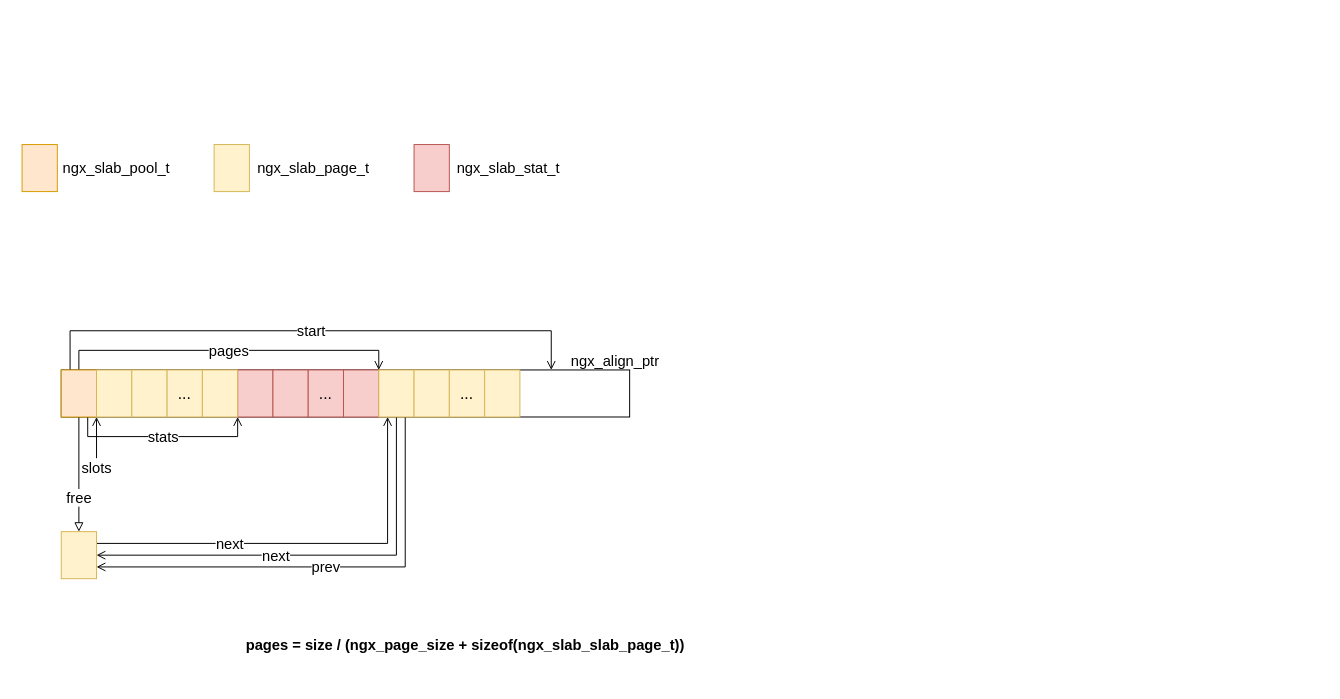
Above: page "第 2 页" (2 of 4) of nginx/ngx_slab.drawio in dovics/draw.io (draw.io), before the change. Source tidied: cells renumbered, new cells numbered last; positions are measured from the earlier drawing's top-left corner, leaving out a move shared by most shapes. Both pictures are drawn from the tidied source at 98%, with x=0, y=0 at pixel (22, 144).
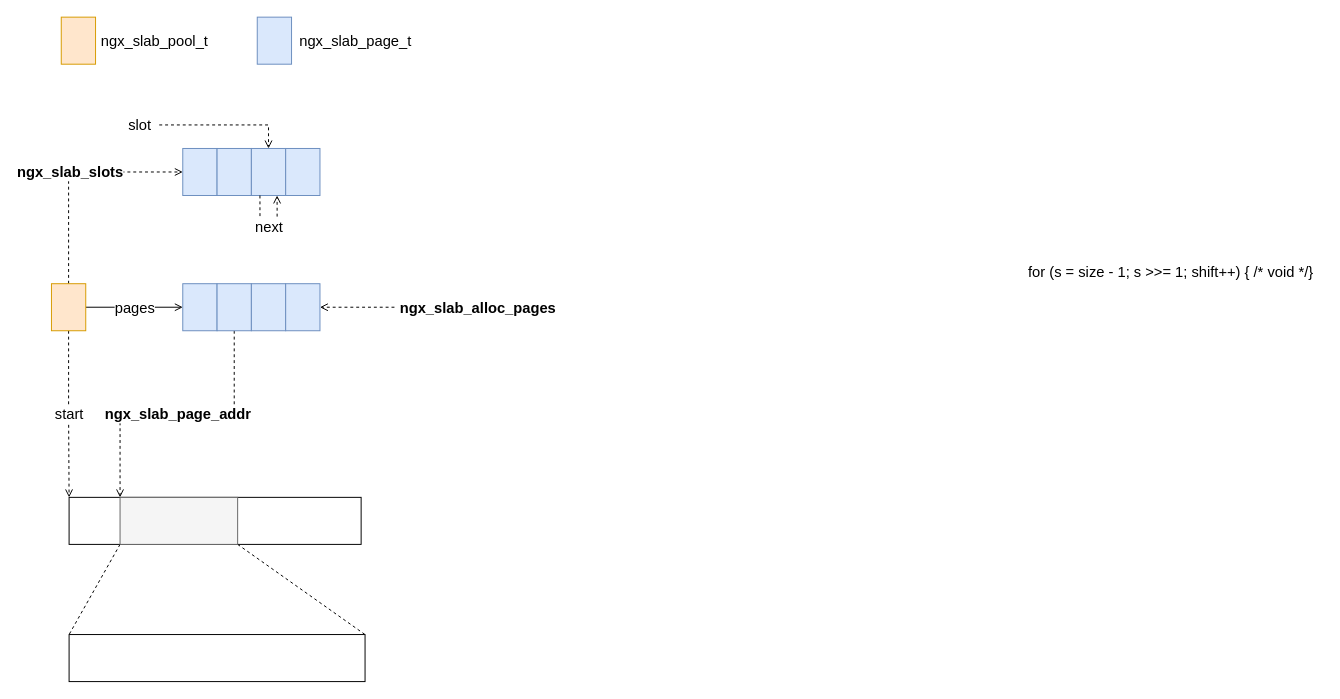
The same page after the edit.

Commit message (it also covers changes not shown here):
ngx_slab

The edit, as a diff of the source:
```diff
@@
-    <mxCell id="2" style="rounded=0;whiteSpace=wrap;html=1;strokeWidth=1;fontSize=16;" parent="1" vertex="1">
-      <mxGeometry x="40" y="230" width="580" height="48" as="geometry" />
-    </mxCell>
-    <mxCell id="3" style="rounded=0;whiteSpace=wrap;html=1;strokeWidth=1;fontSize=16;fillColor=#ffe6cc;strokeColor=#d79b00;" parent="1" vertex="1">
-      <mxGeometry width="36" height="48" as="geometry" />
-    </mxCell>
+    <mxCell id="34" style="rounded=0;whiteSpace=wrap;html=1;strokeWidth=1;fontSize=16;fillColor=#ffe6cc;strokeColor=#d79b00;" parent="1" vertex="1">
+      <mxGeometry x="40" y="-130" width="35" height="48" as="geometry" />
+    </mxCell>
     <mxCell id="4" value="ngx_slab_pool_t" style="text;html=1;align=center;verticalAlign=middle;strokeColor=none;fillColor=none;fontSize=15;" parent="1" vertex="1">
-      <mxGeometry x="36" y="14" width="120" height="20" as="geometry" />
+      <mxGeometry x="75" y="-116" width="120" height="20" as="geometry" />
     </mxCell>
-    <mxCell id="5" value="stats" style="edgeStyle=orthogonalEdgeStyle;rounded=0;jettySize=auto;html=1;exitX=0.75;exitY=1;exitDx=0;exitDy=0;entryX=0;entryY=1;entryDx=0;entryDy=0;fontSize=15;endArrow=open;endFill=0;endSize=7;" parent="1" edge="1" source="9" target="19">
-      <mxGeometry relative="1" as="geometry" />
-    </mxCell>
+    <mxCell id="35" style="rounded=0;whiteSpace=wrap;html=1;strokeWidth=1;fontSize=16;fillColor=#dae8fc;strokeColor=#6c8ebf;" parent="1" vertex="1">
+      <mxGeometry x="240" y="-130" width="35" height="48" as="geometry" />
+    </mxCell>
+    <mxCell id="11" value="ngx_slab_page_t" style="text;html=1;align=center;verticalAlign=middle;strokeColor=none;fillColor=none;fontSize=15;" parent="1" vertex="1">
+      <mxGeometry x="275" y="-116" width="130" height="20" as="geometry" />
+    </mxCell>
+    <mxCell id="36" style="rounded=0;whiteSpace=wrap;html=1;strokeWidth=1;fontSize=16;fillColor=#dae8fc;strokeColor=#6c8ebf;" parent="1" vertex="1">
+      <mxGeometry x="164" y="4" width="35" height="48" as="geometry" />
+    </mxCell>
+    <mxCell id="37" style="rounded=0;whiteSpace=wrap;html=1;strokeWidth=1;fontSize=16;fillColor=#dae8fc;strokeColor=#6c8ebf;" parent="1" vertex="1">
+      <mxGeometry x="199" y="4" width="35" height="48" as="geometry" />
+    </mxCell>
+    <mxCell id="38" style="rounded=0;whiteSpace=wrap;html=1;strokeWidth=1;fontSize=16;fillColor=#dae8fc;strokeColor=#6c8ebf;" parent="1" vertex="1">
+      <mxGeometry x="234" y="4" width="35" height="48" as="geometry" />
+    </mxCell>
+    <mxCell id="39" style="rounded=0;whiteSpace=wrap;html=1;strokeWidth=1;fontSize=16;fillColor=#dae8fc;strokeColor=#6c8ebf;" parent="1" vertex="1">
+      <mxGeometry x="269" y="4" width="35" height="48" as="geometry" />
+    </mxCell>
+    <mxCell id="40" value="ngx_slab_slots" style="edgeStyle=orthogonalEdgeStyle;rounded=0;jettySize=auto;html=1;exitX=0.5;exitY=0;exitDx=0;exitDy=0;entryX=0;entryY=0.5;entryDx=0;entryDy=0;dashed=1;fontSize=15;startArrow=none;startFill=0;endArrow=open;endFill=0;fontStyle=1;" parent="1" edge="1" source="41" target="36">
+      <mxGeometry relative="1" as="geometry" />
+    </mxCell>
-    <mxCell id="6" value="pages" style="edgeStyle=orthogonalEdgeStyle;rounded=0;jettySize=auto;html=1;exitX=0.5;exitY=0;exitDx=0;exitDy=0;entryX=1;entryY=0;entryDx=0;entryDy=0;fontSize=15;endArrow=open;endFill=0;endSize=7;" parent="1" edge="1" source="9" target="23">
+    <mxCell id="6" value="pages" style="edgeStyle=orthogonalEdgeStyle;rounded=0;jettySize=auto;html=1;exitX=1;exitY=0.5;exitDx=0;exitDy=0;entryX=0;entryY=0.5;entryDx=0;entryDy=0;fontSize=15;endArrow=open;endFill=0;" parent="1" edge="1" source="41" target="46">
       <mxGeometry relative="1" as="geometry" />
     </mxCell>
-    <mxCell id="7" value="free" style="edgeStyle=orthogonalEdgeStyle;rounded=0;jettySize=auto;html=1;exitX=0.5;exitY=1;exitDx=0;exitDy=0;entryX=0.5;entryY=0;entryDx=0;entryDy=0;fontSize=15;endArrow=block;endFill=0;endSize=7;" parent="1" edge="1" source="9" target="32">
-      <mxGeometry x="0.4" relative="1" as="geometry" />
-    </mxCell>
-    <mxCell id="8" value="start" style="edgeStyle=orthogonalEdgeStyle;rounded=0;jettySize=auto;html=1;exitX=0.25;exitY=0;exitDx=0;exitDy=0;fontSize=15;endArrow=open;endFill=0;endSize=7;" parent="1" edge="1" source="9">
-      <mxGeometry relative="1" as="geometry">
-        <mxPoint x="540" y="230" as="targetPoint" />
-        <Array as="points">
-          <mxPoint x="49" y="190" />
-          <mxPoint x="540" y="190" />
-        </Array>
-      </mxGeometry>
+    <mxCell id="8" value="start" style="edgeStyle=orthogonalEdgeStyle;rounded=0;jettySize=auto;html=1;exitX=0.5;exitY=1;exitDx=0;exitDy=0;entryX=0;entryY=0;entryDx=0;entryDy=0;dashed=1;fontSize=15;endArrow=open;endFill=0;" parent="1" edge="1" source="41" target="54">
+      <mxGeometry relative="1" as="geometry" />
     </mxCell>
-    <mxCell id="9" style="rounded=0;whiteSpace=wrap;html=1;strokeWidth=1;fontSize=16;fillColor=#ffe6cc;strokeColor=#d79b00;" parent="1" vertex="1">
-      <mxGeometry x="40" y="230" width="36" height="48" as="geometry" />
-    </mxCell>
-    <mxCell id="10" style="rounded=0;whiteSpace=wrap;html=1;strokeWidth=1;fontSize=16;fillColor=#fff2cc;strokeColor=#d6b656;" parent="1" vertex="1">
-      <mxGeometry x="196" width="36" height="48" as="geometry" />
-    </mxCell>
-    <mxCell id="11" value="ngx_slab_page_t" style="text;html=1;align=center;verticalAlign=middle;strokeColor=none;fillColor=none;fontSize=15;" parent="1" vertex="1">
-      <mxGeometry x="232" y="14" width="130" height="20" as="geometry" />
-    </mxCell>
-    <mxCell id="12" style="rounded=0;whiteSpace=wrap;html=1;strokeWidth=1;fontSize=16;fillColor=#fff2cc;strokeColor=#d6b656;" parent="1" vertex="1">
-      <mxGeometry x="76" y="230" width="36" height="48" as="geometry" />
-    </mxCell>
-    <mxCell id="13" style="rounded=0;whiteSpace=wrap;html=1;strokeWidth=1;fontSize=16;fillColor=#fff2cc;strokeColor=#d6b656;" parent="1" vertex="1">
-      <mxGeometry x="112" y="230" width="36" height="48" as="geometry" />
-    </mxCell>
-    <mxCell id="14" value="..." style="rounded=0;whiteSpace=wrap;html=1;strokeWidth=1;fontSize=16;fillColor=#fff2cc;strokeColor=#d6b656;" parent="1" vertex="1">
-      <mxGeometry x="148" y="230" width="36" height="48" as="geometry" />
-    </mxCell>
-    <mxCell id="15" style="edgeStyle=orthogonalEdgeStyle;rounded=0;jettySize=auto;html=1;fontSize=15;endArrow=open;endFill=0;endSize=7;entryX=1;entryY=1;entryDx=0;entryDy=0;" parent="1" edge="1" source="16" target="9">
-      <mxGeometry relative="1" as="geometry" />
-    </mxCell>
-    <mxCell id="16" value="slots" style="text;html=1;align=center;verticalAlign=middle;points=[];strokeColor=none;fillColor=none;fontSize=15;" parent="1" vertex="1">
-      <mxGeometry x="51" y="320" width="50" height="20" as="geometry" />
-    </mxCell>
-    <mxCell id="17" style="rounded=0;whiteSpace=wrap;html=1;strokeWidth=1;fontSize=16;fillColor=#f8cecc;strokeColor=#b85450;" parent="1" vertex="1">
-      <mxGeometry x="400" width="36" height="48" as="geometry" />
-    </mxCell>
-    <mxCell id="18" value="ngx_slab_stat_t" style="text;html=1;align=center;verticalAlign=middle;strokeColor=none;fillColor=none;fontSize=15;" parent="1" vertex="1">
-      <mxGeometry x="436" y="14" width="120" height="20" as="geometry" />
-    </mxCell>
-    <mxCell id="19" style="rounded=0;whiteSpace=wrap;html=1;strokeWidth=1;fontSize=16;fillColor=#f8cecc;strokeColor=#b85450;" parent="1" vertex="1">
-      <mxGeometry x="220" y="230" width="36" height="48" as="geometry" />
-    </mxCell>
-    <mxCell id="20" style="rounded=0;whiteSpace=wrap;html=1;strokeWidth=1;fontSize=16;fillColor=#fff2cc;strokeColor=#d6b656;" parent="1" vertex="1">
-      <mxGeometry x="184" y="230" width="36" height="48" as="geometry" />
-    </mxCell>
-    <mxCell id="21" style="rounded=0;whiteSpace=wrap;html=1;strokeWidth=1;fontSize=16;fillColor=#f8cecc;strokeColor=#b85450;" parent="1" vertex="1">
-      <mxGeometry x="256" y="230" width="36" height="48" as="geometry" />
-    </mxCell>
-    <mxCell id="22" value="..." style="rounded=0;whiteSpace=wrap;html=1;strokeWidth=1;fontSize=16;fillColor=#f8cecc;strokeColor=#b85450;" parent="1" vertex="1">
-      <mxGeometry x="292" y="230" width="36" height="48" as="geometry" />
-    </mxCell>
-    <mxCell id="23" style="rounded=0;whiteSpace=wrap;html=1;strokeWidth=1;fontSize=16;fillColor=#f8cecc;strokeColor=#b85450;" parent="1" vertex="1">
-      <mxGeometry x="328" y="230" width="36" height="48" as="geometry" />
-    </mxCell>
-    <mxCell id="24" value="next" style="edgeStyle=orthogonalEdgeStyle;rounded=0;jettySize=auto;html=1;exitX=0.5;exitY=1;exitDx=0;exitDy=0;entryX=1;entryY=0.5;entryDx=0;entryDy=0;fontSize=15;endArrow=open;endFill=0;endSize=7;" parent="1" edge="1" source="26" target="32">
-      <mxGeometry x="0.18" relative="1" as="geometry" />
-    </mxCell>
-    <mxCell id="25" value="prev" style="edgeStyle=orthogonalEdgeStyle;rounded=0;jettySize=auto;html=1;exitX=0.75;exitY=1;exitDx=0;exitDy=0;entryX=1;entryY=0.75;entryDx=0;entryDy=0;fontSize=15;endArrow=open;endFill=0;endSize=7;" parent="1" edge="1" source="26" target="32">
-      <mxGeometry relative="1" as="geometry" />
-    </mxCell>
-    <mxCell id="26" style="rounded=0;whiteSpace=wrap;html=1;strokeWidth=1;fontSize=16;fillColor=#fff2cc;strokeColor=#d6b656;" parent="1" vertex="1">
-      <mxGeometry x="364" y="230" width="36" height="48" as="geometry" />
-    </mxCell>
-    <mxCell id="27" style="rounded=0;whiteSpace=wrap;html=1;strokeWidth=1;fontSize=16;fillColor=#fff2cc;strokeColor=#d6b656;" parent="1" vertex="1">
-      <mxGeometry x="400" y="230" width="36" height="48" as="geometry" />
-    </mxCell>
-    <mxCell id="28" value="..." style="rounded=0;whiteSpace=wrap;html=1;strokeWidth=1;fontSize=16;fillColor=#fff2cc;strokeColor=#d6b656;" parent="1" vertex="1">
-      <mxGeometry x="436" y="230" width="36" height="48" as="geometry" />
-    </mxCell>
-    <mxCell id="29" style="rounded=0;whiteSpace=wrap;html=1;strokeWidth=1;fontSize=16;fillColor=#fff2cc;strokeColor=#d6b656;" parent="1" vertex="1">
-      <mxGeometry x="472" y="230" width="36" height="48" as="geometry" />
-    </mxCell>
-    <mxCell id="30" value="pages = size / (ngx_page_size + sizeof(ngx_slab_slab_page_t))" style="text;html=1;align=center;verticalAlign=middle;strokeColor=none;fillColor=none;fontSize=15;fontStyle=1;" parent="1" vertex="1">
-      <mxGeometry x="222" y="500" width="460" height="20" as="geometry" />
-    </mxCell>
-    <mxCell id="31" value="next" style="edgeStyle=orthogonalEdgeStyle;rounded=0;jettySize=auto;html=1;exitX=1;exitY=0.25;exitDx=0;exitDy=0;entryX=0.25;entryY=1;entryDx=0;entryDy=0;fontSize=15;endArrow=open;endFill=0;endSize=7;" parent="1" edge="1" source="32" target="26">
-      <mxGeometry x="-0.36" relative="1" as="geometry" />
-    </mxCell>
-    <mxCell id="32" style="rounded=0;whiteSpace=wrap;html=1;strokeWidth=1;fontSize=16;fillColor=#fff2cc;strokeColor=#d6b656;" parent="1" vertex="1">
-      <mxGeometry x="40" y="395" width="36" height="48" as="geometry" />
-    </mxCell>
-    <mxCell id="33" value="ngx_align_ptr" style="text;html=1;align=center;verticalAlign=middle;strokeColor=none;fillColor=none;fontSize=15;" parent="1" vertex="1">
-      <mxGeometry x="550" y="210" width="110" height="20" as="geometry" />
-    </mxCell>
+    <mxCell id="41" style="rounded=0;whiteSpace=wrap;html=1;strokeWidth=1;fontSize=16;fillColor=#ffe6cc;strokeColor=#d79b00;" parent="1" vertex="1">
+      <mxGeometry x="30" y="142" width="35" height="48" as="geometry" />
+    </mxCell>
+    <mxCell id="42" style="edgeStyle=orthogonalEdgeStyle;rounded=0;jettySize=auto;html=1;dashed=1;fontSize=15;startArrow=none;startFill=0;endArrow=open;endFill=0;entryX=0.5;entryY=0;entryDx=0;entryDy=0;" parent="1" edge="1" source="43" target="38">
+      <mxGeometry relative="1" as="geometry" />
+    </mxCell>
+    <mxCell id="43" value="slot" style="text;html=1;align=center;verticalAlign=middle;points=[];strokeColor=none;fillColor=none;fontSize=15;" parent="1" vertex="1">
+      <mxGeometry x="100" y="-30" width="40" height="20" as="geometry" />
+    </mxCell>
+    <mxCell id="44" value="for (s = size - 1; s &amp;gt;&amp;gt;= 1; shift++) { /* void */}" style="text;html=1;align=center;verticalAlign=middle;strokeColor=none;fillColor=none;fontSize=15;" parent="1" vertex="1">
+      <mxGeometry x="1017" y="120" width="310" height="20" as="geometry" />
+    </mxCell>
+    <mxCell id="45" value="next" style="edgeStyle=orthogonalEdgeStyle;rounded=0;orthogonalLoop=1;jettySize=auto;html=1;exitX=0.25;exitY=1;exitDx=0;exitDy=0;entryX=0.75;entryY=1;entryDx=0;entryDy=0;dashed=1;endArrow=open;endFill=0;fontSize=15;" parent="1" edge="1" source="38" target="38">
+      <mxGeometry relative="1" as="geometry">
+        <Array as="points">
+          <mxPoint x="243" y="84" />
+          <mxPoint x="260" y="84" />
+        </Array>
+      </mxGeometry>
+    </mxCell>
+    <mxCell id="46" style="rounded=0;whiteSpace=wrap;html=1;strokeWidth=1;fontSize=16;fillColor=#dae8fc;strokeColor=#6c8ebf;" parent="1" vertex="1">
+      <mxGeometry x="164" y="142" width="35" height="48" as="geometry" />
+    </mxCell>
+    <mxCell id="47" value="ngx_slab_page_addr" style="edgeStyle=orthogonalEdgeStyle;rounded=0;jettySize=auto;html=1;exitX=0.5;exitY=1;exitDx=0;exitDy=0;entryX=0;entryY=0;entryDx=0;entryDy=0;dashed=1;fontSize=15;endArrow=open;endFill=0;fontStyle=1;labelBorderColor=none;" parent="1" edge="1" source="48" target="56">
+      <mxGeometry relative="1" as="geometry" />
+    </mxCell>
+    <mxCell id="48" style="rounded=0;whiteSpace=wrap;html=1;strokeWidth=1;fontSize=16;fillColor=#dae8fc;strokeColor=#6c8ebf;" parent="1" vertex="1">
+      <mxGeometry x="199" y="142" width="35" height="48" as="geometry" />
+    </mxCell>
+    <mxCell id="49" style="rounded=0;whiteSpace=wrap;html=1;strokeWidth=1;fontSize=16;fillColor=#dae8fc;strokeColor=#6c8ebf;" parent="1" vertex="1">
+      <mxGeometry x="234" y="142" width="35" height="48" as="geometry" />
+    </mxCell>
+    <mxCell id="50" style="rounded=0;whiteSpace=wrap;html=1;strokeWidth=1;fontSize=16;fillColor=#dae8fc;strokeColor=#6c8ebf;" parent="1" vertex="1">
+      <mxGeometry x="269" y="142" width="35" height="48" as="geometry" />
+    </mxCell>
+    <mxCell id="51" style="edgeStyle=orthogonalEdgeStyle;rounded=0;jettySize=auto;html=1;fontSize=15;endArrow=open;endFill=0;dashed=1;" parent="1" edge="1" source="52" target="50">
+      <mxGeometry relative="1" as="geometry" />
+    </mxCell>
+    <mxCell id="52" value="ngx_slab_alloc_pages" style="text;html=1;align=center;verticalAlign=middle;points=[];strokeColor=none;fillColor=none;fontSize=15;fontStyle=1;" parent="1" vertex="1">
+      <mxGeometry x="380" y="156" width="170" height="20" as="geometry" />
+    </mxCell>
+    <mxCell id="53" style="rounded=0;jettySize=auto;html=1;exitX=0;exitY=1;exitDx=0;exitDy=0;entryX=0;entryY=0;entryDx=0;entryDy=0;dashed=1;fontSize=15;endArrow=none;endFill=0;" parent="1" edge="1" source="56" target="57">
+      <mxGeometry relative="1" as="geometry" />
+    </mxCell>
+    <mxCell id="54" style="rounded=0;whiteSpace=wrap;html=1;strokeWidth=1;fontSize=16;" parent="1" vertex="1">
+      <mxGeometry x="48" y="360" width="298" height="48" as="geometry" />
+    </mxCell>
+    <mxCell id="55" style="edgeStyle=none;rounded=0;jettySize=auto;html=1;exitX=1;exitY=1;exitDx=0;exitDy=0;entryX=1;entryY=0;entryDx=0;entryDy=0;dashed=1;fontSize=15;endArrow=none;endFill=0;" parent="1" edge="1" source="56" target="57">
+      <mxGeometry relative="1" as="geometry" />
+    </mxCell>
+    <mxCell id="56" style="rounded=0;whiteSpace=wrap;html=1;strokeWidth=1;fontSize=16;fillColor=#f5f5f5;strokeColor=#666666;fontColor=#333333;" parent="1" vertex="1">
+      <mxGeometry x="100" y="360" width="120" height="48" as="geometry" />
+    </mxCell>
+    <mxCell id="57" style="rounded=0;whiteSpace=wrap;html=1;strokeWidth=1;fontSize=16;" parent="1" vertex="1">
+      <mxGeometry x="48" y="500" width="302" height="48" as="geometry" />
+    </mxCell>
```
